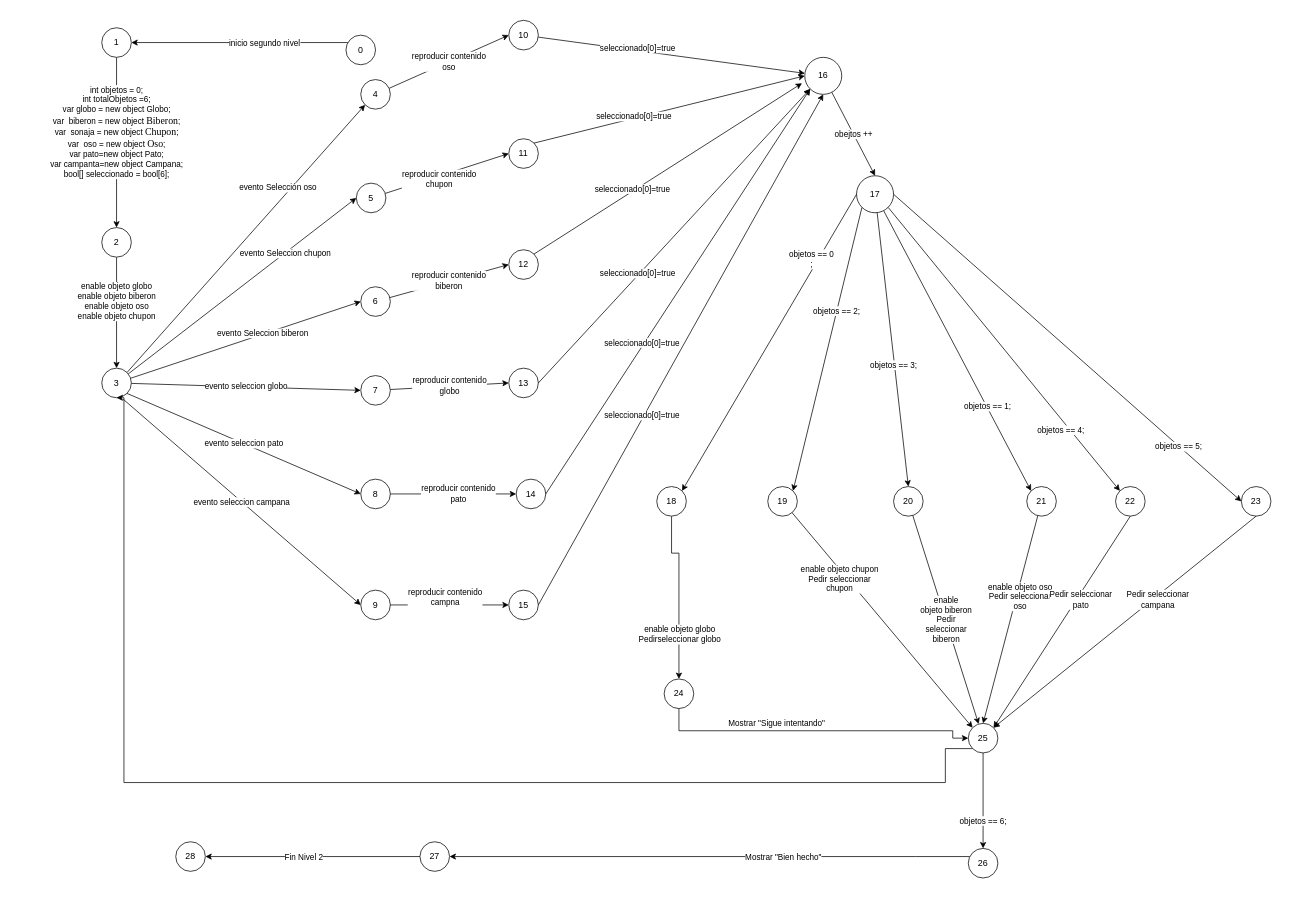
This is Automata/Automata algoritmo nivel2.drawio from DianaHFer/Proyecto-IA, a draw.io file, before an edit. Source tidied: cells renumbered, new cells numbered last; positions are measured from the earlier drawing's top-left corner, leaving out a move shared by most shapes. Both pictures are drawn from the tidied source at 74%, with x=0, y=0 at pixel (101, 20).
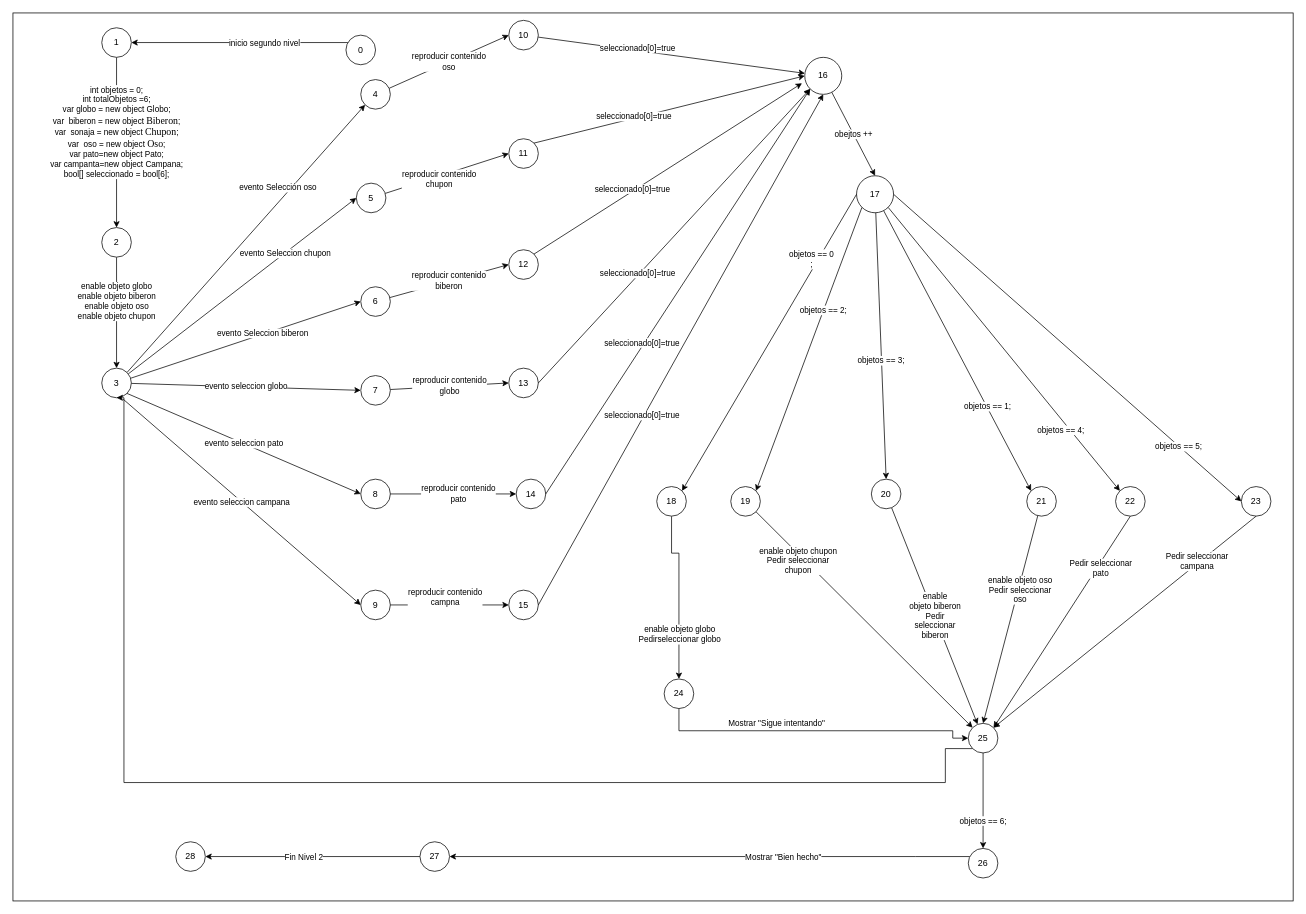
After the change.

The change refers to these unchanged cells:
```xml
<mxCell id="18" style="edgeStyle=none;rounded=0;jettySize=auto;html=1;entryX=0.5;entryY=0;entryDx=0;entryDy=0;" parent="1" edge="1" source="54" target="32">
  <mxGeometry relative="1" as="geometry" />
</mxCell>
<mxCell id="32" value="25" style="ellipse;whiteSpace=wrap;html=1;" parent="1" vertex="1">
  <mxGeometry x="1171" y="950" width="40" height="40" as="geometry" />
</mxCell>
<mxCell id="81" style="edgeStyle=none;rounded=0;jettySize=auto;html=1;entryX=1;entryY=0;entryDx=0;entryDy=0;exitX=0.5;exitY=1;exitDx=0;exitDy=0;" parent="1" edge="1" source="78" target="32">
  <mxGeometry relative="1" as="geometry" />
</mxCell>
<mxCell id="83" style="edgeStyle=none;rounded=0;jettySize=auto;html=1;exitX=0.5;exitY=1;exitDx=0;exitDy=0;entryX=1;entryY=0;entryDx=0;entryDy=0;" parent="1" edge="1" source="79" target="32">
  <mxGeometry relative="1" as="geometry" />
</mxCell>
```

Diff of the diagram source:
```diff
@@
+    <mxCell id="85" style="rounded=0;whiteSpace=wrap;html=1;fillColor=#FFFFFF;" parent="1" vertex="1">
+      <mxGeometry x="-120" y="-10" width="1730" height="1200" as="geometry" />
+    </mxCell>
@@
     <mxCell id="19" value="enable objeto oso&lt;br&gt;Pedir seleccionar&lt;br&gt;oso" style="edgeLabel;html=1;align=center;verticalAlign=middle;" parent="18" vertex="1">
-      <mxGeometry x="-0.23" y="4" relative="1" as="geometry" />
+      <mxGeometry x="-0.23" y="4" relative="1" as="geometry">
+        <mxPoint y="-8.7" as="offset" />
+      </mxGeometry>
     </mxCell>
     <mxCell id="20" value="enable objeto chupon&lt;br&gt;Pedir seleccionar&lt;br&gt;chupon" style="edgeStyle=none;rounded=0;jettySize=auto;html=1;entryX=0;entryY=0;entryDx=0;entryDy=0;" parent="1" edge="1" source="21" target="32">
-      <mxGeometry x="-0.42" y="-9" relative="1" as="geometry" />
+      <mxGeometry x="-0.58" y="-7" relative="1" as="geometry" />
     </mxCell>
     <mxCell id="21" value="19" style="ellipse;whiteSpace=wrap;html=1;" parent="1" vertex="1">
-      <mxGeometry x="900" y="630" width="40" height="40" as="geometry" />
+      <mxGeometry x="850" y="630" width="40" height="40" as="geometry" />
     </mxCell>
@@
     <mxCell id="24" value="20" style="ellipse;whiteSpace=wrap;html=1;" parent="1" vertex="1">
-      <mxGeometry x="1070" y="630" width="40" height="40" as="geometry" />
+      <mxGeometry x="1040" y="620" width="40" height="40" as="geometry" />
     </mxCell>
@@
     <mxCell id="82" value="Pedir seleccionar&lt;br&gt;pato" style="edgeLabel;html=1;align=center;verticalAlign=middle;" parent="81" vertex="1">
-      <mxGeometry x="-0.23" y="4" relative="1" as="geometry" />
+      <mxGeometry x="-0.23" y="4" relative="1" as="geometry">
+        <mxPoint x="27.2" y="-41.3" as="offset" />
+      </mxGeometry>
     </mxCell>
@@
     <mxCell id="84" value="Pedir seleccionar&lt;br&gt;campana" style="edgeLabel;html=1;align=center;verticalAlign=middle;" parent="83" vertex="1">
-      <mxGeometry x="-0.23" y="4" relative="1" as="geometry" />
+      <mxGeometry x="-0.23" y="4" relative="1" as="geometry">
+        <mxPoint x="53" y="-52.3" as="offset" />
+      </mxGeometry>
     </mxCell>
```
